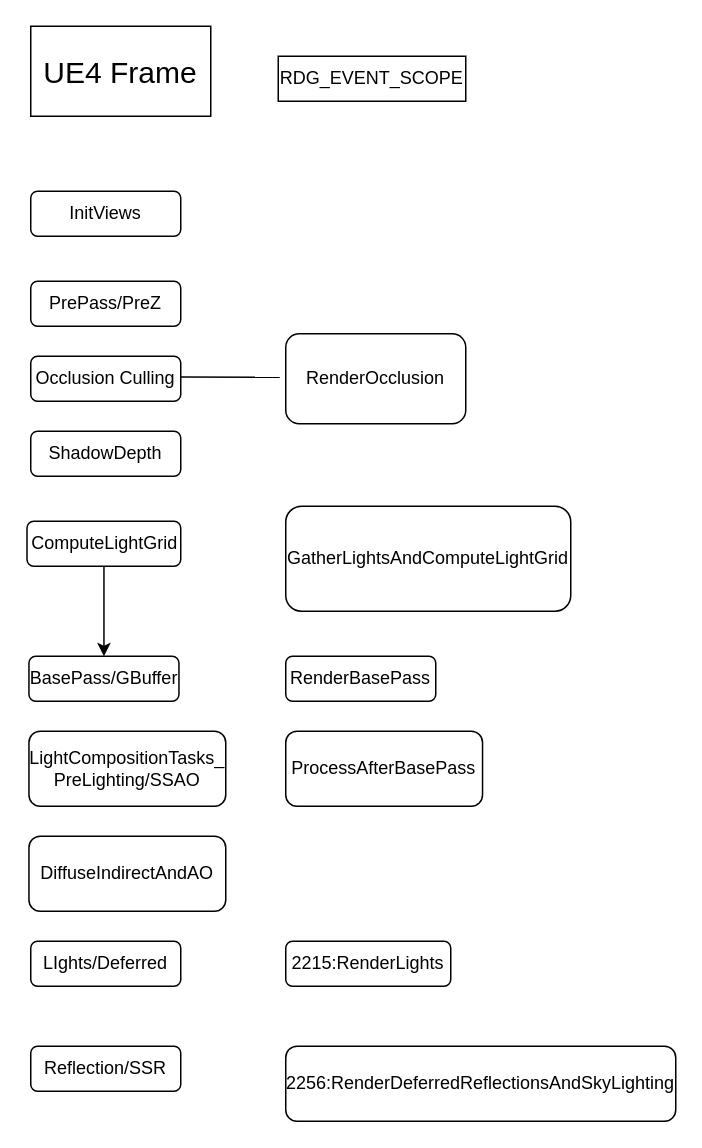
The draw.io diagram UE4Gram.drawio in cedarz/UE4Gram, before the edit. Source tidied: cells renumbered, new cells numbered last; positions are measured from the earlier drawing's top-left corner, leaving out a move shared by most shapes. Both pictures are drawn from the tidied source at 150%, with x=0, y=0 at pixel (27, 26).
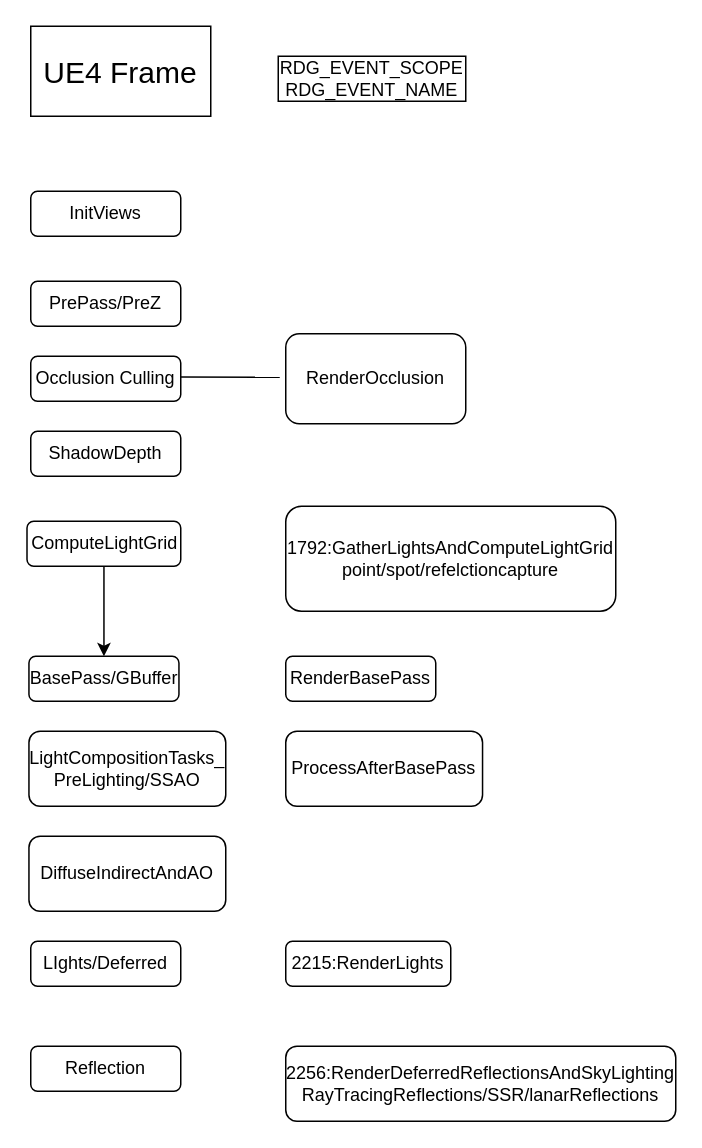
The same page after the edit.

What changed in the source:
```diff
@@
-    <mxCell id="12" value="GatherLightsAndComputeLightGrid" style="whiteSpace=wrap;html=1;rounded=1;" parent="1" vertex="1">
-      <mxGeometry x="172" y="320" width="190" height="70" as="geometry" />
+    <mxCell id="12" value="1792:GatherLightsAndComputeLightGrid&lt;br&gt;point/spot/refelctioncapture" style="whiteSpace=wrap;html=1;rounded=1;" parent="1" vertex="1">
+      <mxGeometry x="172" y="320" width="220" height="70" as="geometry" />
     </mxCell>
@@
-    <mxCell id="17" value="Reflection/SSR" style="rounded=1;whiteSpace=wrap;html=1;" parent="1" vertex="1">
+    <mxCell id="17" value="Reflection" style="rounded=1;whiteSpace=wrap;html=1;" parent="1" vertex="1">
       <mxGeometry x="2" y="680" width="100" height="30" as="geometry" />
     </mxCell>
@@
-    <mxCell id="20" value="2256:RenderDeferredReflectionsAndSkyLighting" style="rounded=1;html=1;whiteSpace=wrap;" parent="1" vertex="1">
+    <mxCell id="20" value="2256:RenderDeferredReflectionsAndSkyLighting&lt;br&gt;RayTracingReflections/SSR/lanarReflections" style="rounded=1;html=1;whiteSpace=wrap;" parent="1" vertex="1">
       <mxGeometry x="172" y="680" width="260" height="50" as="geometry" />
     </mxCell>
-    <mxCell id="21" value="RDG_EVENT_SCOPE" style="rounded=0;whiteSpace=wrap;html=1;" parent="1" vertex="1">
+    <mxCell id="21" value="RDG_EVENT_SCOPE&lt;br&gt;RDG_EVENT_NAME" style="rounded=0;whiteSpace=wrap;html=1;" parent="1" vertex="1">
       <mxGeometry x="167" y="20" width="125" height="30" as="geometry" />
     </mxCell>
```
